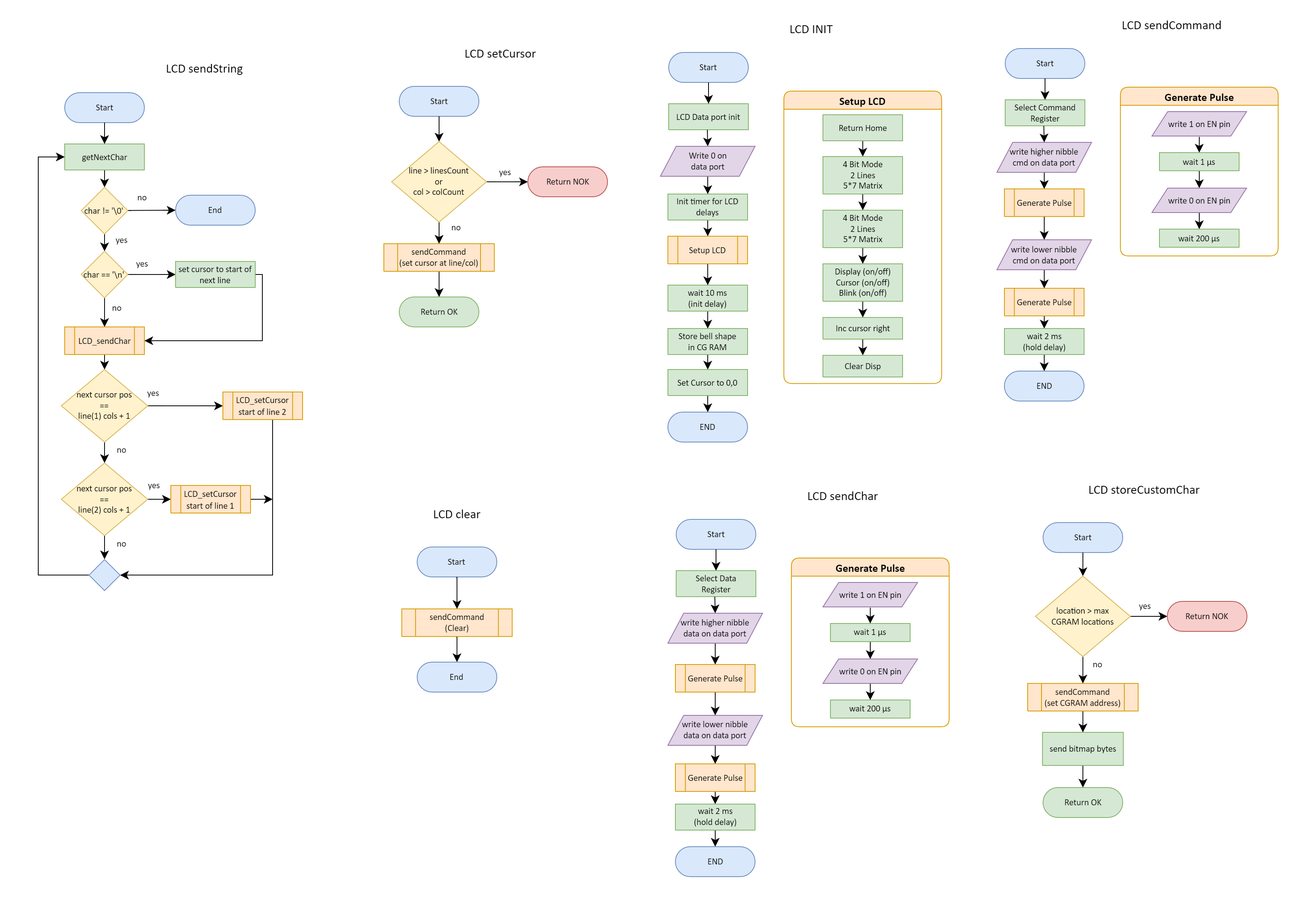
Above: Documents/Flowcharts/Flowcharts - PNGs/LCD.drawio.png in HossamElwahsh/Simple_ATM_Machine (draw.io), before the change. Source tidied: cells renumbered, new cells last; positions are measured from the earlier drawing's top-left corner, leaving out a move shared by most shapes.
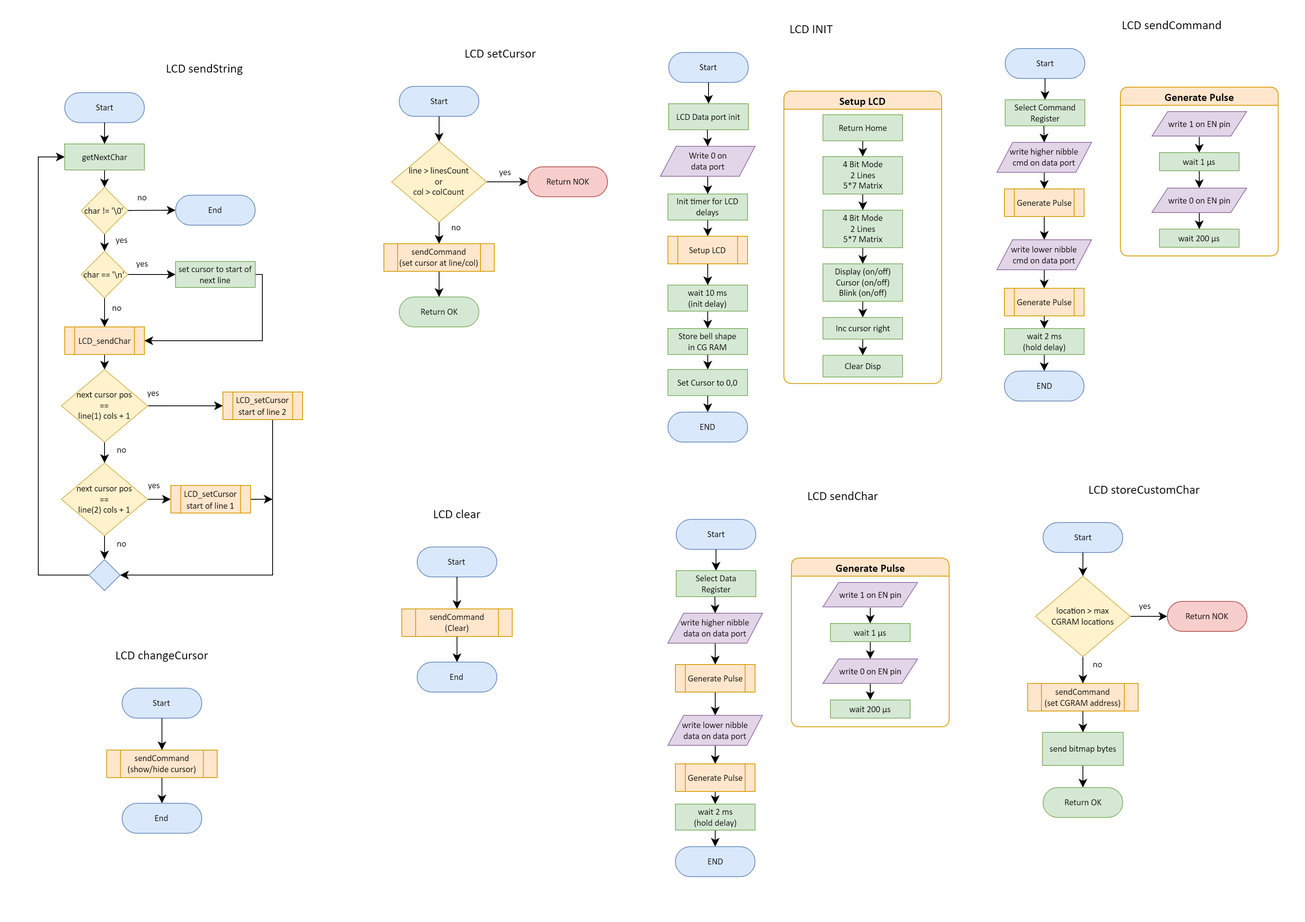
After the commit.

Commit message:
doc (LCD): flowchart

What changed in the source:
```diff
@@ -468,5 +468,23 @@
     <mxCell id="149" value="&lt;div style=&quot;font-size: 11.29px;&quot;&gt;&lt;font style=&quot;font-size: 11.29px; direction: ltr; letter-spacing: 0px; line-height: 120%; opacity: 1;&quot;&gt;Return NOK&lt;br style=&quot;font-size: 11.29px;&quot;&gt;&lt;/font&gt;&lt;/div&gt;" style="verticalAlign=middle;align=center;overflow=width;vsdxID=30;fillColor=#f8cecc;shape=(stored shape, 240 characters);strokeColor=#b85450;spacingTop=-1;spacingBottom=-1;spacingLeft=-1;spacingRight=-1;points=[[0.5,1,0],[0.5,0,0],[0,0.5,0],[1,0.5,0]];labelBackgroundColor=none;rounded=1;html=1;whiteSpace=wrap;fontFamily=Calibri;fontSize=11.29;" parent="1" vertex="1">
       <mxGeometry x="1441" y="746" width="101" height="38" as="geometry" />
     </mxCell>
+    <mxCell id="150" value="&lt;div style=&quot;font-size: 11.29px;&quot;&gt;&lt;font style=&quot;font-size: 11.29px; direction: ltr; letter-spacing: 0px; line-height: 120%; opacity: 1;&quot;&gt;Start&lt;br style=&quot;font-size: 11.29px;&quot;&gt;&lt;/font&gt;&lt;/div&gt;" style="verticalAlign=middle;align=center;overflow=width;vsdxID=30;fillColor=#dae8fc;shape=(stored shape, 240 characters);strokeColor=#6c8ebf;spacingTop=-1;spacingBottom=-1;spacingLeft=-1;spacingRight=-1;points=[[0.5,1,0],[0.5,0,0],[0,0.5,0],[1,0.5,0]];labelBackgroundColor=none;rounded=1;html=1;whiteSpace=wrap;fontFamily=Calibri;fontSize=11.29;" parent="1" vertex="1">
+      <mxGeometry x="116.3" y="856" width="101" height="38" as="geometry" />
+    </mxCell>
+    <mxCell id="151" value="LCD changeCursor" style="text;html=1;strokeColor=none;fillColor=none;align=center;verticalAlign=middle;whiteSpace=wrap;rounded=0;fontSize=16;fontFamily=Calibri;" parent="1" vertex="1">
+      <mxGeometry x="82" y="799" width="169.5" height="30" as="geometry" />
+    </mxCell>
+    <mxCell id="152" style="edgeStyle=none;curved=1;rounded=0;jettySize=auto;html=1;entryX=0.5;entryY=0;entryDx=0;entryDy=0;entryPerimeter=0;fontSize=12;startSize=8;endSize=8;" parent="1" edge="1" source="153" target="155">
+      <mxGeometry relative="1" as="geometry" />
+    </mxCell>
+    <mxCell id="153" value="&lt;div style=&quot;font-size: 1px&quot;&gt;&lt;font style=&quot;font-size: 11.29px; direction: ltr; letter-spacing: 0px; line-height: 120%; opacity: 1;&quot;&gt;sendCommand&lt;br&gt;(show/hide cursor)&lt;/font&gt;&lt;/div&gt;" style="verticalAlign=middle;align=center;overflow=width;vsdxID=235;shape=(stored shape, 200 characters);spacingTop=-1;spacingBottom=-1;spacingLeft=-1;spacingRight=-1;points=[[0,0.5,0],[1,0.5,0],[0.5,1,0],[0.5,0,0]];labelBackgroundColor=none;rounded=1;html=1;whiteSpace=wrap;fillColor=#ffe6cc;strokeColor=#d79b00;fontFamily=Calibri;" parent="1" vertex="1">
+      <mxGeometry x="96.8" y="934.5" width="140" height="35" as="geometry" />
+    </mxCell>
+    <mxCell id="154" style="endArrow=classic;html=1;rounded=0;fontSize=12;startSize=8;endSize=8;curved=1;entryX=0.5;entryY=0;entryDx=0;entryDy=0;exitX=0.5;exitY=1;exitDx=0;exitDy=0;exitPerimeter=0;entryPerimeter=0;" parent="1" edge="1" source="150" target="153">
+      <mxGeometry relative="1" as="geometry" />
+    </mxCell>
+    <mxCell id="155" value="&lt;div style=&quot;font-size: 11.29px;&quot;&gt;&lt;font style=&quot;font-size: 11.29px; direction: ltr; letter-spacing: 0px; line-height: 120%; opacity: 1;&quot;&gt;End&lt;br style=&quot;font-size: 11.29px;&quot;&gt;&lt;/font&gt;&lt;/div&gt;" style="verticalAlign=middle;align=center;overflow=width;vsdxID=30;fillColor=#dae8fc;shape=(stored shape, 240 characters);strokeColor=#6c8ebf;spacingTop=-1;spacingBottom=-1;spacingLeft=-1;spacingRight=-1;points=[[0.5,1,0],[0.5,0,0],[0,0.5,0],[1,0.5,0]];labelBackgroundColor=none;rounded=1;html=1;whiteSpace=wrap;fontFamily=Calibri;fontSize=11.29;" parent="1" vertex="1">
+      <mxGeometry x="116.3" y="1002" width="101" height="38" as="geometry" />
+    </mxCell>
   </root>
 </mxGraphModel>
```
